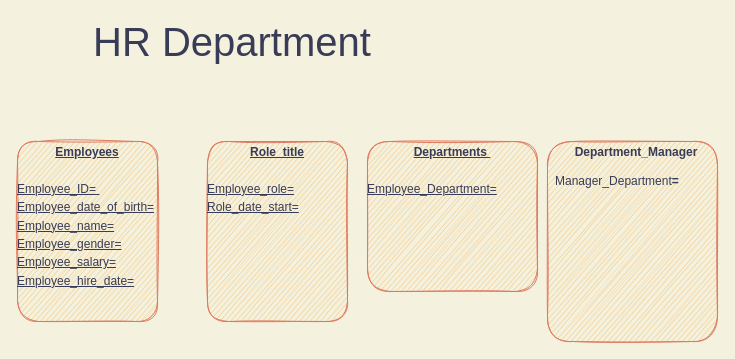
PriFlores/HR-Database keeps this draw.io diagram as RH Database Diagram.drawio. Above is the earlier version. Source tidied: cells renumbered, new cells numbered last; positions are measured from the earlier drawing's top-left corner, leaving out a move shared by most shapes. Both pictures are drawn from the tidied source at 100%, with x=0, y=0 at pixel (17, 26).
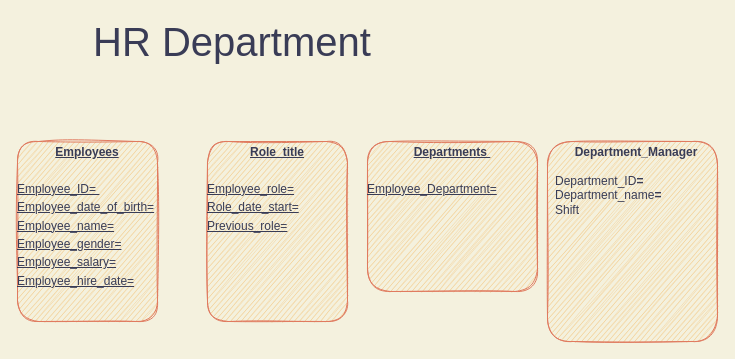
The same diagram, later.

Change to the diagram source:
```diff
@@
 <mxGraphModel background="#F4F1DE">
   <root>
     <mxCell id="0" />
     <mxCell id="1" parent="0" />
     <mxCell id="2" value="&lt;p style=&quot;margin: 0px ; margin-top: 4px ; text-align: center ; text-decoration: underline&quot;&gt;&lt;b&gt;Employees&lt;/b&gt;&lt;/p&gt;&lt;p style=&quot;margin: 0px ; margin-top: 4px ; text-align: center ; text-decoration: underline&quot;&gt;&lt;b&gt;&lt;br&gt;&lt;/b&gt;&lt;/p&gt;&lt;p style=&quot;margin: 4px 0px 0px ; text-decoration: underline&quot;&gt;Employee_ID=&amp;nbsp;&lt;/p&gt;&lt;p style=&quot;margin: 4px 0px 0px ; text-decoration: underline&quot;&gt;Employee_date_of_birth=&lt;/p&gt;&lt;p style=&quot;margin: 4px 0px 0px ; text-decoration: underline&quot;&gt;Employee_name=&lt;/p&gt;&lt;p style=&quot;margin: 4px 0px 0px ; text-decoration: underline&quot;&gt;Employee_gender=&lt;/p&gt;&lt;p style=&quot;margin: 4px 0px 0px ; text-decoration: underline&quot;&gt;Employee_salary=&lt;/p&gt;&lt;p style=&quot;margin: 4px 0px 0px ; text-decoration: underline&quot;&gt;Employee_hire_date=&lt;/p&gt;&lt;p style=&quot;margin: 4px 0px 0px ; text-decoration: underline&quot;&gt;&lt;br&gt;&lt;/p&gt;&lt;p style=&quot;margin: 4px 0px 0px ; text-decoration: underline&quot;&gt;&lt;br&gt;&lt;/p&gt;&lt;p style=&quot;margin: 0px ; margin-top: 4px ; text-align: center ; text-decoration: underline&quot;&gt;&lt;br&gt;&lt;/p&gt;" style="verticalAlign=top;align=left;overflow=fill;fontSize=12;fontFamily=Helvetica;html=1;shadow=0;comic=0;labelBackgroundColor=none;strokeWidth=1;fillColor=#F2CC8F;strokeColor=#E07A5F;fontColor=#393C56;rounded=1;sketch=1;" parent="1" vertex="1">
       <mxGeometry y="115" width="140" height="180" as="geometry" />
     </mxCell>
-    <mxCell id="3" value="&lt;p style=&quot;margin: 0px ; margin-top: 4px ; text-align: center ; text-decoration: underline&quot;&gt;&lt;b&gt;Role&amp;nbsp; title&lt;/b&gt;&lt;/p&gt;&lt;p style=&quot;margin: 0px ; margin-top: 4px ; text-align: center ; text-decoration: underline&quot;&gt;&lt;b&gt;&lt;br&gt;&lt;/b&gt;&lt;/p&gt;&lt;p style=&quot;margin: 4px 0px 0px ; text-decoration: underline&quot;&gt;Employee_role&lt;span&gt;=&lt;/span&gt;&lt;/p&gt;&lt;p style=&quot;margin: 4px 0px 0px ; text-decoration: underline&quot;&gt;Role_date_start=&lt;/p&gt;&lt;p style=&quot;margin: 4px 0px 0px ; text-decoration: underline&quot;&gt;&lt;b&gt;&lt;br&gt;&lt;/b&gt;&lt;/p&gt;" style="verticalAlign=top;align=left;overflow=fill;fontSize=12;fontFamily=Helvetica;html=1;shadow=0;comic=0;labelBackgroundColor=none;strokeWidth=1;fillColor=#F2CC8F;strokeColor=#E07A5F;fontColor=#393C56;rounded=1;sketch=1;" parent="1" vertex="1">
+    <mxCell id="3" value="&lt;p style=&quot;margin: 0px ; margin-top: 4px ; text-align: center ; text-decoration: underline&quot;&gt;&lt;b&gt;Role&amp;nbsp; title&lt;/b&gt;&lt;/p&gt;&lt;p style=&quot;margin: 0px ; margin-top: 4px ; text-align: center ; text-decoration: underline&quot;&gt;&lt;b&gt;&lt;br&gt;&lt;/b&gt;&lt;/p&gt;&lt;p style=&quot;margin: 4px 0px 0px ; text-decoration: underline&quot;&gt;Employee_role&lt;span&gt;=&lt;/span&gt;&lt;/p&gt;&lt;p style=&quot;margin: 4px 0px 0px ; text-decoration: underline&quot;&gt;Role_date_start=&lt;/p&gt;&lt;p style=&quot;margin: 4px 0px 0px ; text-decoration: underline&quot;&gt;Previous_role=&lt;/p&gt;&lt;p style=&quot;margin: 4px 0px 0px ; text-decoration: underline&quot;&gt;&lt;b&gt;&lt;br&gt;&lt;/b&gt;&lt;/p&gt;" style="verticalAlign=top;align=left;overflow=fill;fontSize=12;fontFamily=Helvetica;html=1;shadow=0;comic=0;labelBackgroundColor=none;strokeWidth=1;fillColor=#F2CC8F;strokeColor=#E07A5F;fontColor=#393C56;rounded=1;sketch=1;" parent="1" vertex="1">
       <mxGeometry x="190" y="115" width="140" height="180" as="geometry" />
     </mxCell>
     <mxCell id="4" value="&lt;p style=&quot;margin: 0px ; margin-top: 4px ; text-align: center ; text-decoration: underline&quot;&gt;&lt;b&gt;Departments&amp;nbsp;&lt;/b&gt;&lt;/p&gt;&lt;p style=&quot;margin: 0px ; margin-top: 4px ; text-align: center ; text-decoration: underline&quot;&gt;&lt;b&gt;&lt;br&gt;&lt;/b&gt;&lt;/p&gt;&lt;p style=&quot;margin: 4px 0px 0px ; text-decoration: underline&quot;&gt;Employee_Department=&lt;/p&gt;" style="verticalAlign=top;align=left;overflow=fill;fontSize=12;fontFamily=Helvetica;html=1;shadow=0;comic=0;labelBackgroundColor=none;strokeWidth=1;fillColor=#F2CC8F;strokeColor=#E07A5F;fontColor=#393C56;rounded=1;sketch=1;" parent="1" vertex="1">
       <mxGeometry x="350" y="115" width="170" height="150" as="geometry" />
     </mxCell>
-    <mxCell id="5" value="&lt;p style=&quot;margin: 0px ; margin-top: 4px ; text-align: center ; text-decoration: underline&quot;&gt;&lt;/p&gt;&lt;p style=&quot;text-align: center ; margin: 0px 0px 0px 8px&quot;&gt;&lt;b&gt;Department_Manager&lt;/b&gt;&lt;/p&gt;&lt;p style=&quot;text-align: center ; margin: 0px 0px 0px 8px&quot;&gt;&lt;br&gt;&lt;/p&gt;&lt;p style=&quot;margin: 0px 0px 0px 8px&quot;&gt;Manager_Department&lt;b&gt;=&lt;/b&gt;&lt;/p&gt;" style="verticalAlign=top;align=left;overflow=fill;fontSize=12;fontFamily=Helvetica;html=1;shadow=0;comic=0;labelBackgroundColor=none;strokeWidth=1;fillColor=#F2CC8F;strokeColor=#E07A5F;fontColor=#393C56;rounded=1;sketch=1;" parent="1" vertex="1">
+    <mxCell id="5" value="&lt;p style=&quot;margin: 0px ; margin-top: 4px ; text-align: center ; text-decoration: underline&quot;&gt;&lt;/p&gt;&lt;p style=&quot;text-align: center ; margin: 0px 0px 0px 8px&quot;&gt;&lt;b&gt;Department_Manager&lt;/b&gt;&lt;/p&gt;&lt;p style=&quot;text-align: center ; margin: 0px 0px 0px 8px&quot;&gt;&lt;br&gt;&lt;/p&gt;&lt;p style=&quot;margin: 0px 0px 0px 8px&quot;&gt;Department_ID&lt;b&gt;=&lt;/b&gt;&lt;/p&gt;&lt;p style=&quot;margin: 0px 0px 0px 8px&quot;&gt;Department_name&lt;b&gt;=&lt;/b&gt;&lt;/p&gt;&lt;p style=&quot;margin: 0px 0px 0px 8px&quot;&gt;Shift&amp;nbsp;&lt;/p&gt;" style="verticalAlign=top;align=left;overflow=fill;fontSize=12;fontFamily=Helvetica;html=1;shadow=0;comic=0;labelBackgroundColor=none;strokeWidth=1;fillColor=#F2CC8F;strokeColor=#E07A5F;fontColor=#393C56;rounded=1;sketch=1;" parent="1" vertex="1">
       <mxGeometry x="530" y="115" width="170" height="200" as="geometry" />
     </mxCell>
     <mxCell id="6" value="&lt;font style=&quot;font-size: 40px&quot;&gt;HR Department&amp;nbsp;&lt;/font&gt;" style="text;html=1;align=center;verticalAlign=middle;fillColor=none;strokeColor=none;fontColor=#393C56;rounded=1;sketch=1;" parent="1" vertex="1">
       <mxGeometry x="70" width="300" height="30" as="geometry" />
     </mxCell>
   </root>
 </mxGraphModel>
```
